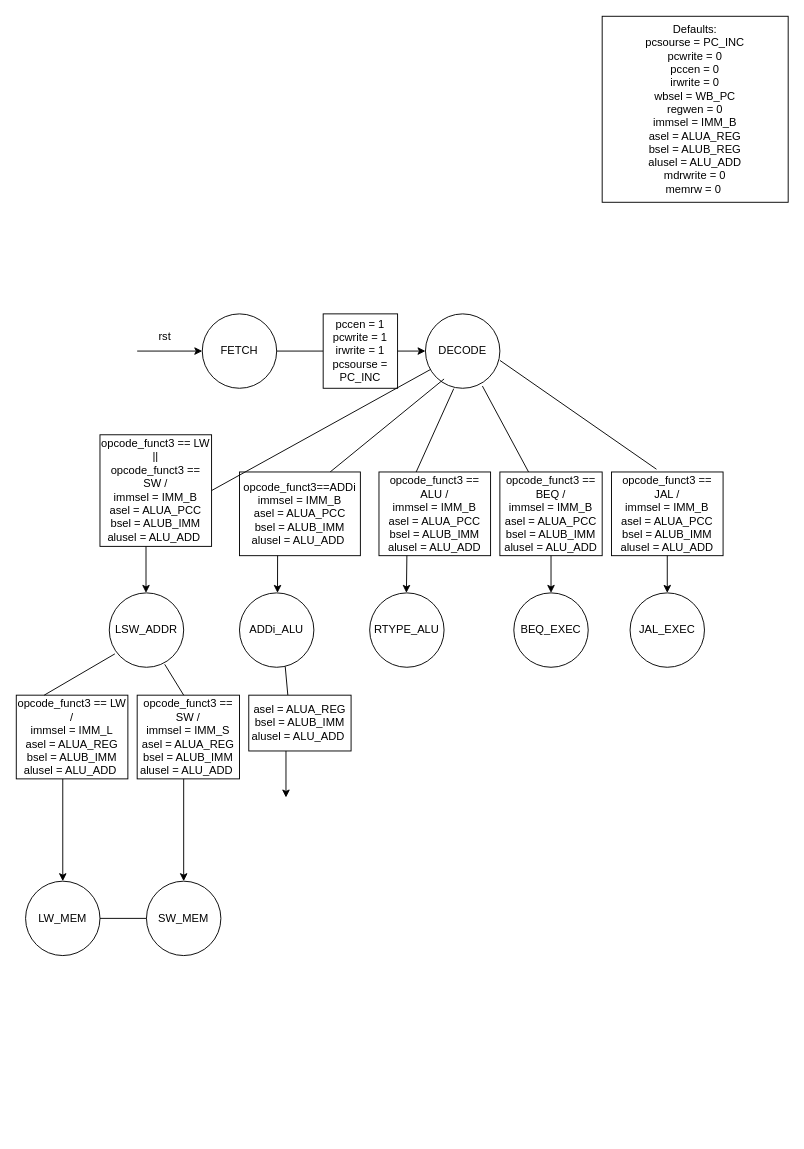
Earlier version of the draw.io diagram simulation_3.drawio (tomash516/diagram). Source tidied: cells renumbered, new cells numbered last; positions are measured from the earlier drawing's top-left corner, leaving out a move shared by most shapes. Both pictures are drawn from the tidied source at 93%, with x=0, y=0 at pixel (16, 16).
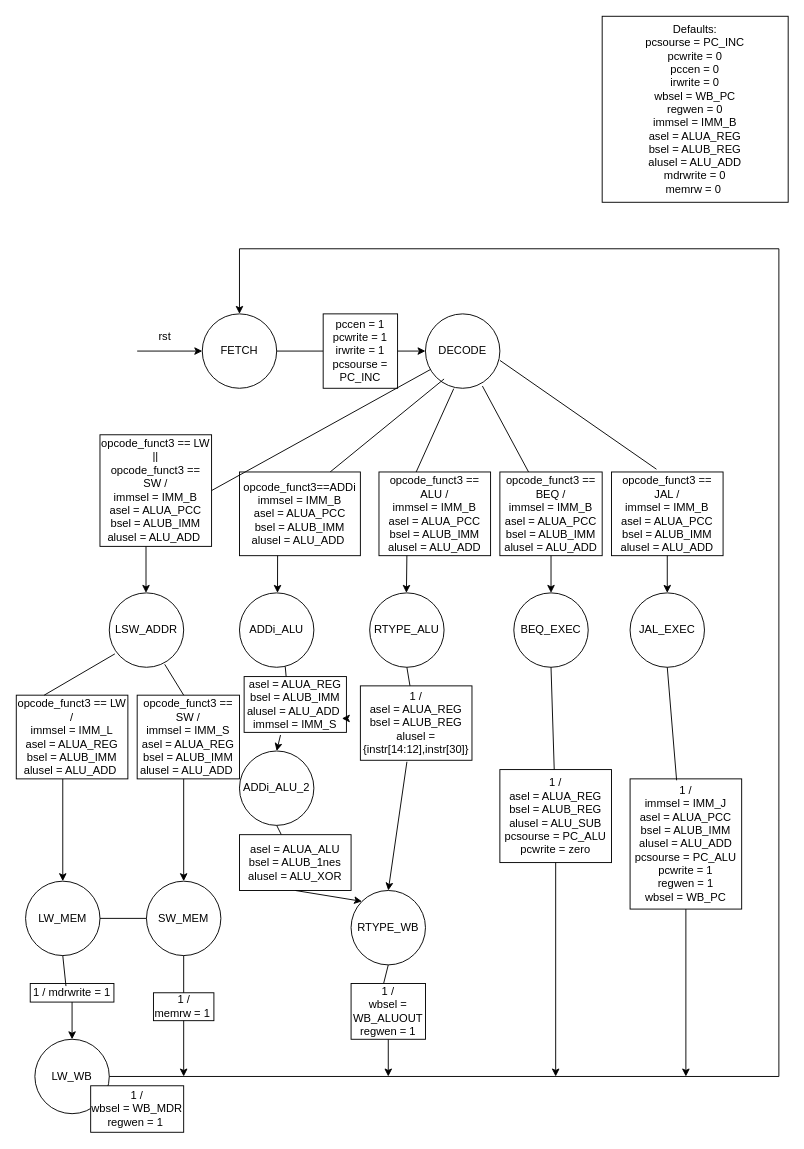
After the change.

Unchanged cells that the change refers to:
```xml
<mxCell id="5" value="FETCH" style="ellipse;whiteSpace=wrap;html=1;" parent="1" vertex="1">
  <mxGeometry x="200" y="320" width="80" height="80" as="geometry" />
</mxCell>
<mxCell id="20" value="RTYPE_ALU" style="ellipse;whiteSpace=wrap;html=1;" parent="1" vertex="1">
  <mxGeometry x="380" y="620" width="80" height="80" as="geometry" />
</mxCell>
<mxCell id="26" value="BEQ_EXEC" style="ellipse;whiteSpace=wrap;html=1;" parent="1" vertex="1">
  <mxGeometry x="535" y="620" width="80" height="80" as="geometry" />
</mxCell>
<mxCell id="36" value="LW_MEM" style="ellipse;whiteSpace=wrap;html=1;" parent="1" vertex="1">
  <mxGeometry x="10" y="930" width="80" height="80" as="geometry" />
</mxCell>
<mxCell id="38" value="SW_MEM" style="ellipse;whiteSpace=wrap;html=1;" parent="1" vertex="1">
  <mxGeometry x="140" y="930" width="80" height="80" as="geometry" />
</mxCell>
```

Diff of the diagram source:
```diff
@@
-    <mxCell id="35" value="asel = ALUA_REG&lt;br style=&quot;border-color: var(--border-color);&quot;&gt;bsel = ALUB_IMM&lt;br style=&quot;border-color: var(--border-color);&quot;&gt;alusel = ALU_ADD&amp;nbsp;" style="rounded=0;whiteSpace=wrap;html=1;" parent="1" vertex="1">
-      <mxGeometry x="250" y="730" width="110" height="60" as="geometry" />
+    <mxCell id="35" value="asel = ALUA_REG&lt;br style=&quot;border-color: var(--border-color);&quot;&gt;bsel = ALUB_IMM&lt;br style=&quot;border-color: var(--border-color);&quot;&gt;alusel = ALU_ADD&amp;nbsp;&lt;br&gt;immsel = IMM_S" style="rounded=0;whiteSpace=wrap;html=1;" parent="1" vertex="1">
+      <mxGeometry x="245" y="710" width="110" height="60" as="geometry" />
     </mxCell>
@@
-    <mxCell id="41" style="endArrow=classic;html=1;rounded=0;" parent="1" edge="1">
-      <mxGeometry relative="1" as="geometry">
-        <mxPoint x="290" y="790" as="sourcePoint" />
-        <mxPoint x="290" y="840" as="targetPoint" />
-      </mxGeometry>
-    </mxCell>
+    <mxCell id="42" value="ADDi_ALU_2" style="ellipse;whiteSpace=wrap;html=1;" parent="1" vertex="1">
+      <mxGeometry x="240" y="790" width="80" height="80" as="geometry" />
+    </mxCell>
+    <mxCell id="43" style="endArrow=classic;html=1;rounded=0;entryX=0.5;entryY=0;entryDx=0;entryDy=0;exitX=0.356;exitY=1.047;exitDx=0;exitDy=0;exitPerimeter=0;" parent="1" edge="1" source="35" target="42">
+      <mxGeometry relative="1" as="geometry" />
+    </mxCell>
+    <mxCell id="44" style="endArrow=none;html=1;rounded=0;exitX=0.5;exitY=1;exitDx=0;exitDy=0;" parent="1" edge="1" source="42" target="45">
+      <mxGeometry relative="1" as="geometry" />
+    </mxCell>
+    <mxCell id="45" value="asel = ALUA_ALU&lt;br style=&quot;border-color: var(--border-color);&quot;&gt;bsel = ALUB_1nes&lt;br style=&quot;border-color: var(--border-color);&quot;&gt;alusel = ALU_XOR" style="rounded=0;whiteSpace=wrap;html=1;" parent="1" vertex="1">
+      <mxGeometry x="240" y="880" width="120" height="60" as="geometry" />
+    </mxCell>
+    <mxCell id="46" style="endArrow=none;html=1;rounded=0;exitX=0.5;exitY=1;exitDx=0;exitDy=0;" parent="1" edge="1" source="20" target="47">
+      <mxGeometry relative="1" as="geometry" />
+    </mxCell>
+    <mxCell id="47" value="1 /&lt;br/&gt;asel = ALUA_REG&lt;br/&gt;bsel = ALUB_REG&lt;br/&gt;alusel = {instr[14:12],instr[30]}" style="rounded=0;whiteSpace=wrap;html=1;" parent="1" vertex="1">
+      <mxGeometry x="370" y="720" width="120" height="80" as="geometry" />
+    </mxCell>
+    <mxCell id="48" style="endArrow=classic;html=1;rounded=0;entryX=0.5;entryY=0;entryDx=0;entryDy=0;exitX=0.417;exitY=1.02;exitDx=0;exitDy=0;exitPerimeter=0;" parent="1" edge="1" source="47" target="49">
+      <mxGeometry relative="1" as="geometry" />
+    </mxCell>
+    <mxCell id="49" value="RTYPE_WB" style="ellipse;whiteSpace=wrap;html=1;" parent="1" vertex="1">
+      <mxGeometry x="360" y="940" width="80" height="80" as="geometry" />
+    </mxCell>
+    <mxCell id="50" style="endArrow=classic;html=1;rounded=0;entryX=0;entryY=0;entryDx=0;entryDy=0;exitX=0.5;exitY=1;exitDx=0;exitDy=0;" parent="1" edge="1" source="45" target="49">
+      <mxGeometry relative="1" as="geometry" />
+    </mxCell>
+    <mxCell id="51" value="1 / mdrwrite = 1" style="rounded=0;whiteSpace=wrap;html=1;" parent="1" vertex="1">
+      <mxGeometry x="15" y="1040" width="90" height="20" as="geometry" />
+    </mxCell>
+    <mxCell id="52" style="endArrow=none;html=1;rounded=0;entryX=0.5;entryY=1;entryDx=0;entryDy=0;exitX=0.427;exitY=0.14;exitDx=0;exitDy=0;exitPerimeter=0;" parent="1" edge="1" source="51" target="36">
+      <mxGeometry relative="1" as="geometry" />
+    </mxCell>
+    <mxCell id="53" style="endArrow=classic;html=1;rounded=0;exitX=0.5;exitY=1;exitDx=0;exitDy=0;" parent="1" edge="1" source="51" target="54">
+      <mxGeometry relative="1" as="geometry" />
+    </mxCell>
+    <mxCell id="54" value="LW_WB" style="ellipse;whiteSpace=wrap;html=1;" parent="1" vertex="1">
+      <mxGeometry x="20" y="1100" width="80" height="80" as="geometry" />
+    </mxCell>
+    <mxCell id="55" value="1 /&lt;br/&gt;wbsel = WB_MDR&lt;br/&gt;regwen = 1&amp;nbsp;" style="rounded=0;whiteSpace=wrap;html=1;" parent="1" vertex="1">
+      <mxGeometry x="80" y="1150" width="100" height="50" as="geometry" />
+    </mxCell>
+    <mxCell id="56" style="endArrow=none;html=1;rounded=0;exitX=1;exitY=0.5;exitDx=0;exitDy=0;" parent="1" edge="1" source="54">
+      <mxGeometry relative="1" as="geometry">
+        <mxPoint x="820" y="1140" as="targetPoint" />
+      </mxGeometry>
+    </mxCell>
+    <mxCell id="57" style="endArrow=none;html=1;rounded=0;" parent="1" edge="1">
+      <mxGeometry relative="1" as="geometry">
+        <mxPoint x="820" y="1140" as="sourcePoint" />
+        <mxPoint x="820" y="250" as="targetPoint" />
+      </mxGeometry>
+    </mxCell>
+    <mxCell id="58" style="endArrow=none;html=1;rounded=0;" parent="1" edge="1">
+      <mxGeometry relative="1" as="geometry">
+        <mxPoint x="240" y="250" as="sourcePoint" />
+        <mxPoint x="820" y="250" as="targetPoint" />
+      </mxGeometry>
+    </mxCell>
+    <mxCell id="59" style="endArrow=classic;html=1;rounded=0;entryX=0.5;entryY=0;entryDx=0;entryDy=0;" parent="1" edge="1" target="5">
+      <mxGeometry relative="1" as="geometry">
+        <mxPoint x="240" y="250" as="sourcePoint" />
+      </mxGeometry>
+    </mxCell>
+    <mxCell id="60" value="1 /&lt;br/&gt;asel = ALUA_REG&lt;br/&gt;bsel = ALUB_REG&lt;br/&gt;alusel = ALU_SUB&lt;br/&gt;pcsourse = PC_ALU&lt;br/&gt;pcwrite = zero" style="rounded=0;whiteSpace=wrap;html=1;" parent="1" vertex="1">
+      <mxGeometry x="520" y="810" width="120" height="100" as="geometry" />
+    </mxCell>
+    <mxCell id="61" value="1 /&lt;br/&gt;immsel = IMM_J&lt;br/&gt;asel = ALUA_PCC&lt;br/&gt;bsel = ALUB_IMM&lt;br/&gt;alusel = ALU_ADD&lt;br/&gt;pcsourse = PC_ALU&lt;br/&gt;pcwrite = 1&lt;br/&gt;regwen = 1&lt;br/&gt;wbsel = WB_PC" style="rounded=0;whiteSpace=wrap;html=1;" parent="1" vertex="1">
+      <mxGeometry x="660" y="820" width="120" height="140" as="geometry" />
+    </mxCell>
+    <mxCell id="62" style="endArrow=none;html=1;rounded=0;entryX=0.5;entryY=1;entryDx=0;entryDy=0;" parent="1" edge="1" source="60" target="26">
+      <mxGeometry relative="1" as="geometry" />
+    </mxCell>
+    <mxCell id="63" style="endArrow=none;html=1;rounded=0;exitX=0.417;exitY=0.011;exitDx=0;exitDy=0;exitPerimeter=0;" parent="1" edge="1" source="61">
+      <mxGeometry relative="1" as="geometry">
+        <mxPoint x="700" y="700" as="targetPoint" />
+      </mxGeometry>
+    </mxCell>
+    <mxCell id="64" style="endArrow=classic;html=1;rounded=0;" parent="1" edge="1">
+      <mxGeometry relative="1" as="geometry">
+        <mxPoint x="580" y="910" as="sourcePoint" />
+        <mxPoint x="580" y="1140" as="targetPoint" />
+      </mxGeometry>
+    </mxCell>
+    <mxCell id="65" style="endArrow=classic;html=1;rounded=0;exitX=0.5;exitY=1;exitDx=0;exitDy=0;" parent="1" edge="1" source="61">
+      <mxGeometry relative="1" as="geometry">
+        <mxPoint x="720" y="1140" as="targetPoint" />
+      </mxGeometry>
+    </mxCell>
+    <mxCell id="66" value="1 /&lt;br/&gt;wbsel = WB_ALUOUT&lt;br/&gt;regwen = 1" style="rounded=0;whiteSpace=wrap;html=1;" parent="1" vertex="1">
+      <mxGeometry x="360" y="1040" width="80" height="60" as="geometry" />
+    </mxCell>
+    <mxCell id="67" style="endArrow=none;html=1;rounded=0;entryX=0.5;entryY=1;entryDx=0;entryDy=0;" parent="1" edge="1" target="49">
+      <mxGeometry relative="1" as="geometry">
+        <mxPoint x="395" y="1040" as="sourcePoint" />
+      </mxGeometry>
+    </mxCell>
+    <mxCell id="68" style="endArrow=classic;html=1;rounded=0;exitX=0.5;exitY=1;exitDx=0;exitDy=0;" parent="1" edge="1" source="66">
+      <mxGeometry relative="1" as="geometry">
+        <mxPoint x="400" y="1140" as="targetPoint" />
+      </mxGeometry>
+    </mxCell>
+    <mxCell id="69" value="1 /&lt;br/&gt;memrw = 1&amp;nbsp;" style="rounded=0;whiteSpace=wrap;html=1;" parent="1" vertex="1">
+      <mxGeometry x="147.5" y="1050" width="65" height="30" as="geometry" />
+    </mxCell>
+    <mxCell id="70" style="endArrow=none;html=1;rounded=0;entryX=0.5;entryY=1;entryDx=0;entryDy=0;" parent="1" edge="1" target="38">
+      <mxGeometry relative="1" as="geometry">
+        <mxPoint x="180" y="1050" as="sourcePoint" />
+      </mxGeometry>
+    </mxCell>
+    <mxCell id="71" style="endArrow=classic;html=1;rounded=0;" parent="1" edge="1">
+      <mxGeometry relative="1" as="geometry">
+        <mxPoint x="180" y="1080" as="sourcePoint" />
+        <mxPoint x="180" y="1140" as="targetPoint" />
+      </mxGeometry>
+    </mxCell>
+    <mxCell id="72" style="edgeStyle=orthogonalEdgeStyle;rounded=0;orthogonalLoop=1;jettySize=auto;html=1;exitX=1;exitY=0.75;exitDx=0;exitDy=0;entryX=0.955;entryY=0.755;entryDx=0;entryDy=0;entryPerimeter=0;" parent="1" edge="1" source="35" target="35">
+      <mxGeometry relative="1" as="geometry" />
+    </mxCell>
```
